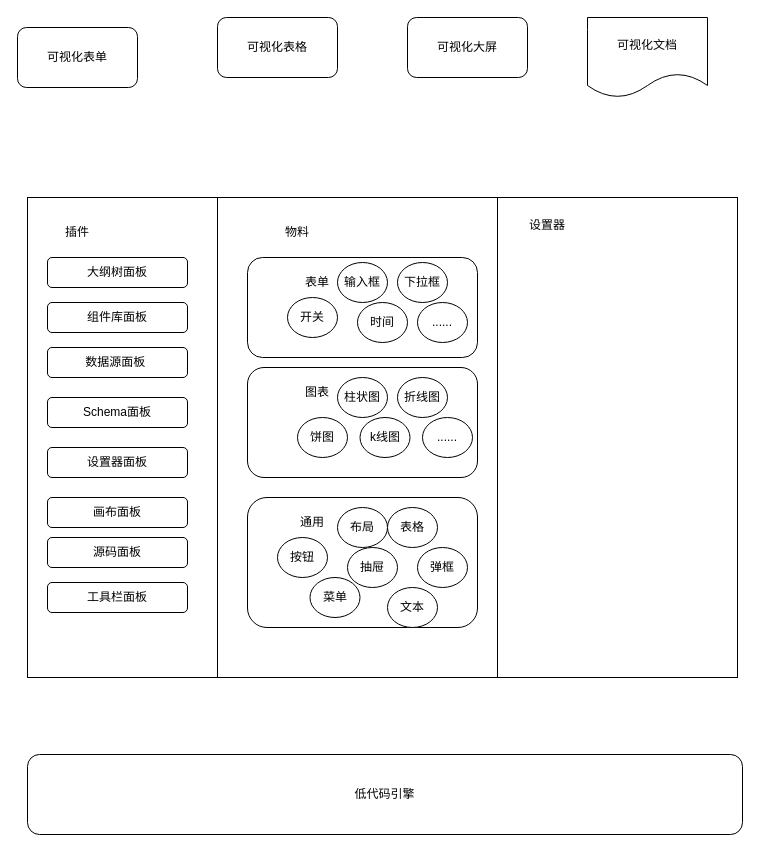
The draw.io diagram 可视化架构图.drawio in tangyaosimida/love, before the edit. Source tidied: cells renumbered, new cells numbered last; positions are measured from the earlier drawing's top-left corner, leaving out a move shared by most shapes. Both pictures are drawn from the tidied source at 100%, with x=0, y=0 at pixel (17, 17).
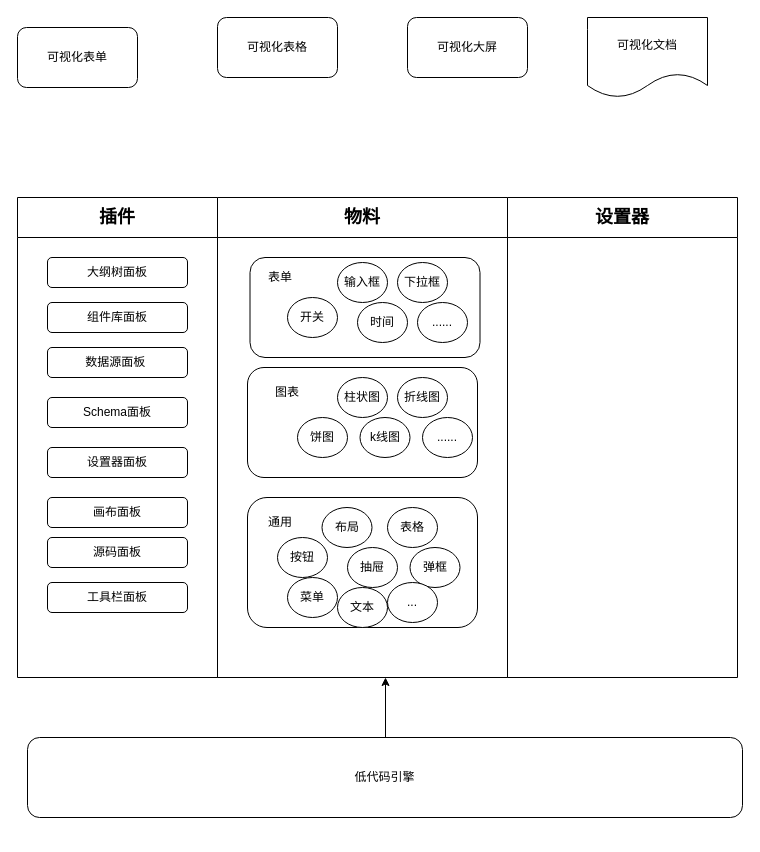
Above is the later version.

Commit message (it also covers changes not shown here):
更新可视化架构图.drawio

What changed in the source:
```diff
@@
     <mxCell id="2" value="低代码引擎" style="rounded=1;whiteSpace=wrap;html=1;" parent="1" vertex="1">
-      <mxGeometry x="10" y="737" width="715" height="80" as="geometry" />
+      <mxGeometry x="10" y="720" width="715" height="80" as="geometry" />
     </mxCell>
@@
-    <mxCell id="7" style="rounded=0;whiteSpace=wrap;html=1;" parent="1" vertex="1">
-      <mxGeometry x="10" y="180" width="190" height="480" as="geometry" />
-    </mxCell>
-    <mxCell id="8" style="rounded=0;whiteSpace=wrap;html=1;" parent="1" vertex="1">
-      <mxGeometry x="200" y="180" width="290" height="480" as="geometry" />
-    </mxCell>
-    <mxCell id="9" style="rounded=0;whiteSpace=wrap;html=1;" parent="1" vertex="1">
-      <mxGeometry x="480" y="180" width="240" height="480" as="geometry" />
-    </mxCell>
-    <mxCell id="10" value="物料" style="text;html=1;strokeColor=none;fillColor=none;align=center;verticalAlign=middle;whiteSpace=wrap;rounded=0;" parent="1" vertex="1">
-      <mxGeometry x="250" y="200" width="60" height="30" as="geometry" />
-    </mxCell>
-    <mxCell id="11" value="插件" style="text;html=1;strokeColor=none;fillColor=none;align=center;verticalAlign=middle;whiteSpace=wrap;rounded=0;" parent="1" vertex="1">
-      <mxGeometry x="30" y="200" width="60" height="30" as="geometry" />
-    </mxCell>
-    <mxCell id="12" value="设置器" style="text;html=1;strokeColor=none;fillColor=none;align=center;verticalAlign=middle;whiteSpace=wrap;rounded=0;" parent="1" vertex="1">
-      <mxGeometry x="500" y="192.5" width="60" height="30" as="geometry" />
-    </mxCell>
     <mxCell id="13" style="rounded=1;whiteSpace=wrap;html=1;" parent="1" vertex="1">
-      <mxGeometry x="230" y="240" width="230" height="100" as="geometry" />
+      <mxGeometry x="232.5" y="240" width="230" height="100" as="geometry" />
     </mxCell>
@@
     <mxCell id="16" value="表单" style="text;html=1;strokeColor=none;fillColor=none;align=center;verticalAlign=middle;whiteSpace=wrap;rounded=0;" parent="1" vertex="1">
-      <mxGeometry x="270" y="250" width="60" height="30" as="geometry" />
+      <mxGeometry x="232.5" y="245" width="60" height="30" as="geometry" />
     </mxCell>
     <mxCell id="17" value="图表" style="text;html=1;strokeColor=none;fillColor=none;align=center;verticalAlign=middle;whiteSpace=wrap;rounded=0;" parent="1" vertex="1">
-      <mxGeometry x="270" y="360" width="60" height="30" as="geometry" />
+      <mxGeometry x="240" y="360" width="60" height="30" as="geometry" />
     </mxCell>
@@
     <mxCell id="31" value="弹框" style="ellipse;whiteSpace=wrap;html=1;" parent="1" vertex="1">
-      <mxGeometry x="400" y="530" width="50" height="40" as="geometry" />
+      <mxGeometry x="392.5" y="530" width="50" height="40" as="geometry" />
     </mxCell>
     <mxCell id="32" value="菜单" style="ellipse;whiteSpace=wrap;html=1;" parent="1" vertex="1">
-      <mxGeometry x="292.5" y="560" width="50" height="40" as="geometry" />
+      <mxGeometry x="270" y="560" width="50" height="40" as="geometry" />
     </mxCell>
     <mxCell id="33" value="文本" style="ellipse;whiteSpace=wrap;html=1;" parent="1" vertex="1">
-      <mxGeometry x="370" y="570" width="50" height="40" as="geometry" />
+      <mxGeometry x="320" y="570" width="50" height="40" as="geometry" />
     </mxCell>
     <mxCell id="34" value="通用" style="text;html=1;strokeColor=none;fillColor=none;align=center;verticalAlign=middle;whiteSpace=wrap;rounded=0;" parent="1" vertex="1">
-      <mxGeometry x="265" y="490" width="60" height="30" as="geometry" />
+      <mxGeometry x="232.5" y="490" width="60" height="30" as="geometry" />
     </mxCell>
     <mxCell id="35" value="布局" style="ellipse;whiteSpace=wrap;html=1;" parent="1" vertex="1">
-      <mxGeometry x="320" y="490" width="50" height="40" as="geometry" />
+      <mxGeometry x="304.5" y="490" width="50" height="40" as="geometry" />
     </mxCell>
@@
+    <mxCell id="44" value="..." style="ellipse;whiteSpace=wrap;html=1;" parent="1" vertex="1">
+      <mxGeometry x="370" y="565" width="50" height="40" as="geometry" />
+    </mxCell>
+    <mxCell id="45" style="endArrow=classic;html=1;rounded=0;" parent="1" edge="1">
+      <mxGeometry relative="1" as="geometry">
+        <mxPoint x="368" y="720" as="sourcePoint" />
+        <mxPoint x="368" y="660" as="targetPoint" />
+      </mxGeometry>
+    </mxCell>
+    <mxCell id="12" value="设置器" style="swimlane;whiteSpace=wrap;html=1;startSize=40;fontSize=18;" parent="1" vertex="1">
+      <mxGeometry x="490" y="180" width="230" height="480" as="geometry" />
+    </mxCell>
+    <mxCell id="10" value="物料" style="swimlane;whiteSpace=wrap;html=1;startSize=40;fontSize=18;" parent="1" vertex="1">
+      <mxGeometry x="200" y="180" width="290" height="480" as="geometry" />
+    </mxCell>
+    <mxCell id="11" value="插件" style="swimlane;whiteSpace=wrap;html=1;startSize=40;fontSize=18;" parent="1" vertex="1">
+      <mxGeometry y="180" width="200" height="480" as="geometry" />
+    </mxCell>
```
